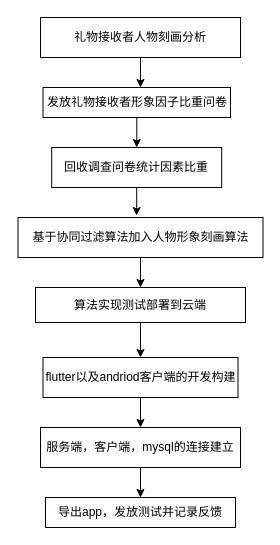
The draw.io diagram gift.drawio in red-fox-yj/draw.io, before the edit. Source tidied: cells renumbered, new cells numbered last; positions are measured from the earlier drawing's top-left corner, leaving out a move shared by most shapes. Both pictures are drawn from the tidied source at 100%, with x=0, y=0 at pixel (17, 17).
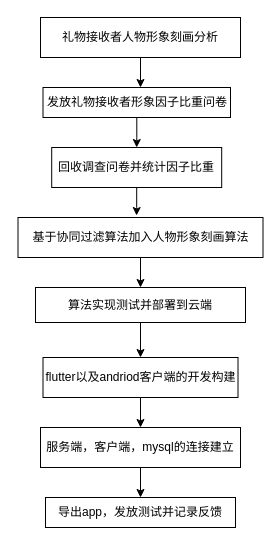
Above is the later version.

Diff of the diagram source:
```diff
@@
 <mxGraphModel>
   <root>
     <mxCell id="0" />
     <mxCell id="1" parent="0" />
     <mxCell id="2" style="edgeStyle=orthogonalEdgeStyle;rounded=0;jettySize=auto;html=1;entryX=0.52;entryY=0;entryDx=0;entryDy=0;entryPerimeter=0;" parent="1" edge="1" source="3" target="5">
       <mxGeometry relative="1" as="geometry" />
     </mxCell>
-    <mxCell id="3" value="礼物接收者人物刻画分析" style="rounded=0;whiteSpace=wrap;html=1;" parent="1" vertex="1">
+    <mxCell id="3" value="礼物接收者人物形象刻画分析" style="rounded=0;whiteSpace=wrap;html=1;" parent="1" vertex="1">
       <mxGeometry x="23" width="200" height="40" as="geometry" />
     </mxCell>
     <mxCell id="4" style="edgeStyle=orthogonalEdgeStyle;rounded=0;jettySize=auto;html=1;entryX=0.5;entryY=0;entryDx=0;entryDy=0;" parent="1" edge="1" source="5" target="7">
       <mxGeometry relative="1" as="geometry" />
     </mxCell>
     <mxCell id="5" value="发放礼物接收者形象因子比重问卷" style="rounded=0;whiteSpace=wrap;html=1;" parent="1" vertex="1">
       <mxGeometry x="25.5" y="70" width="187.5" height="30" as="geometry" />
     </mxCell>
     <mxCell id="6" style="edgeStyle=orthogonalEdgeStyle;rounded=0;jettySize=auto;html=1;entryX=0.484;entryY=-0.05;entryDx=0;entryDy=0;entryPerimeter=0;" parent="1" edge="1" source="7" target="9">
       <mxGeometry relative="1" as="geometry" />
     </mxCell>
-    <mxCell id="7" value="回收调查问卷统计因素比重" style="rounded=0;whiteSpace=wrap;html=1;" parent="1" vertex="1">
+    <mxCell id="7" value="回收调查问卷并统计因子比重" style="rounded=0;whiteSpace=wrap;html=1;" parent="1" vertex="1">
       <mxGeometry x="34.2" y="130" width="170" height="40" as="geometry" />
     </mxCell>
     <mxCell id="8" style="edgeStyle=orthogonalEdgeStyle;rounded=0;jettySize=auto;html=1;entryX=0.5;entryY=0;entryDx=0;entryDy=0;" parent="1" edge="1" source="9" target="11">
       <mxGeometry relative="1" as="geometry" />
     </mxCell>
     <mxCell id="9" value="基于协同过滤算法加入人物形象刻画算法" style="rounded=0;whiteSpace=wrap;html=1;" parent="1" vertex="1">
       <mxGeometry x="0.5" y="200" width="245" height="40" as="geometry" />
     </mxCell>
     <mxCell id="10" style="edgeStyle=orthogonalEdgeStyle;rounded=0;jettySize=auto;html=1;entryX=0.5;entryY=0;entryDx=0;entryDy=0;" parent="1" edge="1" source="11" target="13">
       <mxGeometry relative="1" as="geometry" />
     </mxCell>
-    <mxCell id="11" value="算法实现测试部署到云端" style="rounded=0;whiteSpace=wrap;html=1;" parent="1" vertex="1">
+    <mxCell id="11" value="算法实现测试并部署到云端" style="rounded=0;whiteSpace=wrap;html=1;" parent="1" vertex="1">
       <mxGeometry x="18" y="270" width="210" height="35" as="geometry" />
     </mxCell>
     <mxCell id="12" style="edgeStyle=orthogonalEdgeStyle;rounded=0;jettySize=auto;html=1;entryX=0.5;entryY=0;entryDx=0;entryDy=0;" parent="1" edge="1" source="13" target="15">
       <mxGeometry relative="1" as="geometry" />
     </mxCell>
     <mxCell id="13" value="flutter以及andriod客户端的开发构建" style="rounded=0;whiteSpace=wrap;html=1;" parent="1" vertex="1">
       <mxGeometry x="25.5" y="340" width="195" height="40" as="geometry" />
     </mxCell>
     <mxCell id="14" style="edgeStyle=orthogonalEdgeStyle;rounded=0;jettySize=auto;html=1;entryX=0.5;entryY=0;entryDx=0;entryDy=0;" parent="1" edge="1" source="15" target="16">
       <mxGeometry relative="1" as="geometry" />
     </mxCell>
     <mxCell id="15" value="服务端，客户端，mysql的连接建立" style="rounded=0;whiteSpace=wrap;html=1;" parent="1" vertex="1">
       <mxGeometry x="23" y="410" width="200" height="40" as="geometry" />
     </mxCell>
     <mxCell id="16" value="导出app，发放测试并记录反馈" style="rounded=0;whiteSpace=wrap;html=1;" parent="1" vertex="1">
       <mxGeometry x="28" y="480" width="190" height="30" as="geometry" />
     </mxCell>
   </root>
 </mxGraphModel>
```
